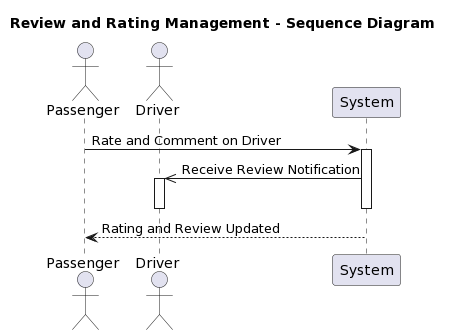
The PlantUML diagram diagramme/Sequence Diagram/SeqRRM.png in waelABDALLAH1/ecocovoiturage, before a commit.
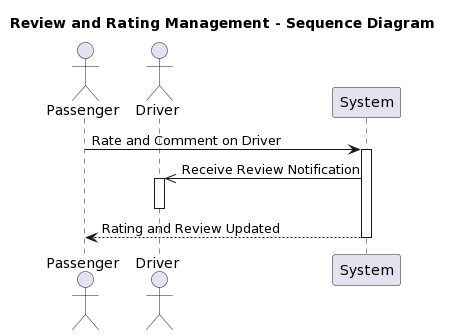
The same diagram one commit later.

Commit message:
Sequence diagram

The edit, as a diff of the source:
```diff
@@ -9,6 +9,6 @@
 System ->> Driver: Receive Review Notification
 activate Driver
 deactivate Driver
+System --> User: Rating and Review Updated
 deactivate System
-System --> User: Rating and Review Updated
 @enduml
```
